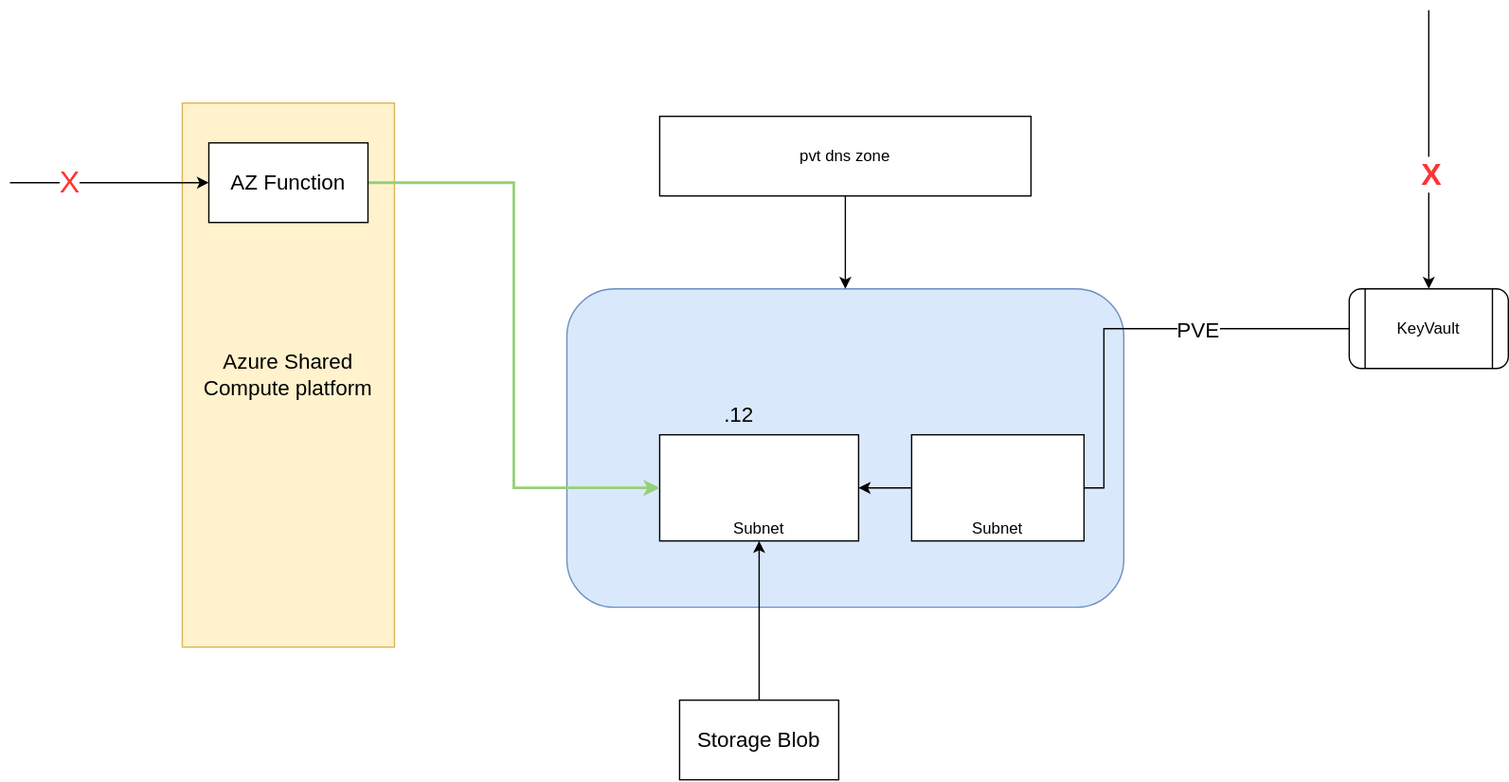
Before: AzureFunctionKeyVaultIntegration.svg, a diagram exported from draw.io (vjavle/invoicecloud). Source tidied: cells renumbered, new cells last; positions are measured from the earlier drawing's top-left corner, leaving out a move shared by most shapes.
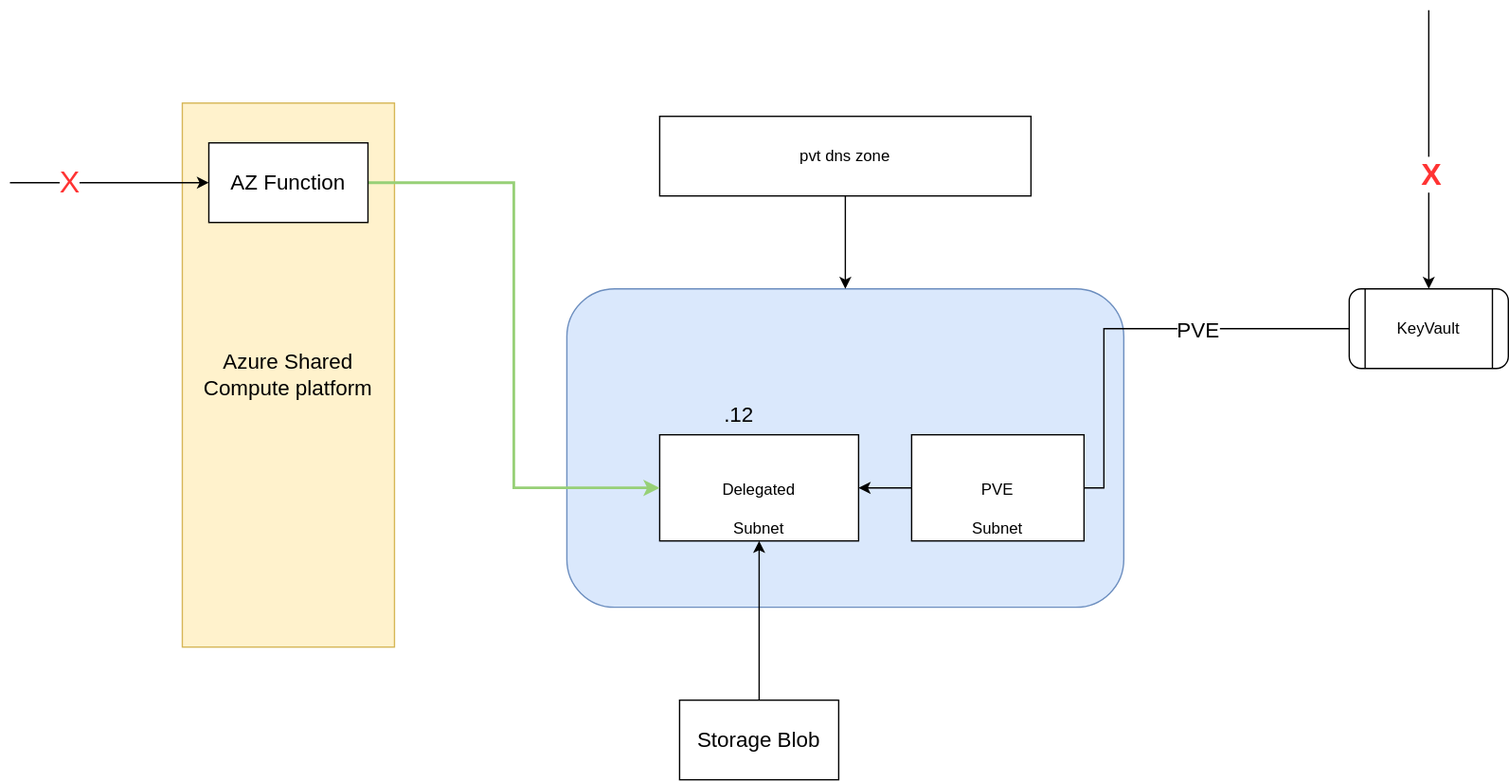
After the change.

Diff of the diagram source:
```diff
@@ -8,7 +8,7 @@
     <mxCell id="3" style="rounded=1;whiteSpace=wrap;html=1;fillColor=#dae8fc;strokeColor=#6c8ebf;" parent="1" vertex="1">
       <mxGeometry x="420" y="210" width="420" height="240" as="geometry" />
     </mxCell>
-    <mxCell id="4" value="Subnet" style="rounded=0;whiteSpace=wrap;html=1;verticalAlign=bottom;" parent="1" vertex="1">
+    <mxCell id="4" value="Delegated &lt;br&gt;&lt;br&gt;Subnet" style="rounded=0;whiteSpace=wrap;html=1;verticalAlign=bottom;" parent="1" vertex="1">
       <mxGeometry x="490" y="320" width="150" height="80" as="geometry" />
     </mxCell>
     <mxCell id="5" style="edgeStyle=orthogonalEdgeStyle;rounded=0;jettySize=auto;html=1;entryX=1;entryY=0.5;entryDx=0;entryDy=0;" parent="1" edge="1" source="9" target="4">
@@ -51,7 +51,7 @@
     <mxCell id="16" value="Storage Blob" style="rounded=0;whiteSpace=wrap;html=1;fontSize=16;" parent="1" vertex="1">
       <mxGeometry x="505" y="520" width="120" height="60" as="geometry" />
     </mxCell>
-    <mxCell id="17" value="Subnet" style="rounded=0;whiteSpace=wrap;html=1;verticalAlign=bottom;" parent="1" vertex="1">
+    <mxCell id="17" value="&lt;br&gt;PVE&lt;br&gt;&lt;br&gt;Subnet" style="rounded=0;whiteSpace=wrap;html=1;verticalAlign=bottom;" parent="1" vertex="1">
       <mxGeometry x="680" y="320" width="130" height="80" as="geometry" />
     </mxCell>
     <mxCell id="18" style="edgeStyle=orthogonalEdgeStyle;rounded=0;jettySize=auto;html=1;" parent="1" edge="1" source="19" target="3">
```
